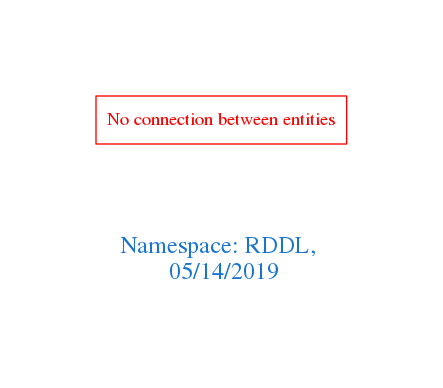
Before: downloads/RDDL.png, a diagram exported from Graphviz (arago/OGIT). Its source is kept beside it as downloads/RDDL.dot. Its diagram source:
```dot
digraph OGIT_ontology {
 graph [ rankdir= LR,pad=1
fontsize = 18,
fontcolor= dodgerblue3,label = "\n\n\nNamespace: RDDL, \n 05/14/2019"];
node[shape=polygon];
edge [  color="gray81"];

"No connection between entities" [fontcolor = "red",color="red", shape="polygon"]
}
```
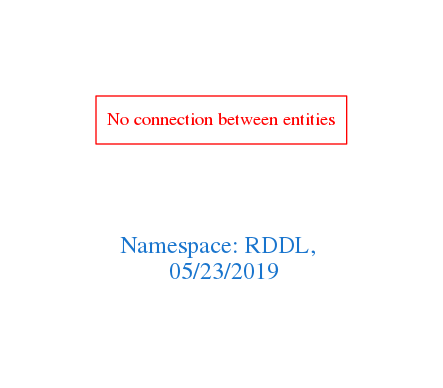
Above is the later version.

What changed in the source:
```diff
@@ -1,7 +1,7 @@
 digraph OGIT_ontology {
  graph [ rankdir= LR,pad=1
 fontsize = 18,
-fontcolor= dodgerblue3,label = "\n\n\nNamespace: RDDL, \n 05/14/2019"];
+fontcolor= dodgerblue3,label = "\n\n\nNamespace: RDDL, \n 05/23/2019"];
 node[shape=polygon];
 edge [  color="gray81"];
 
```
